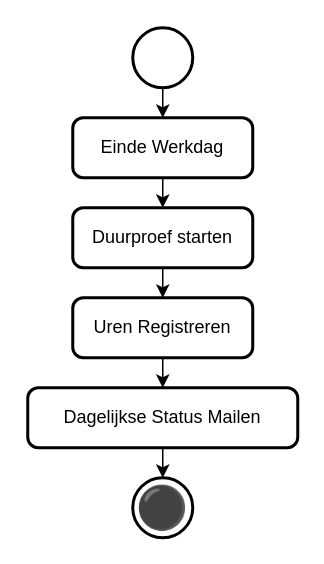
Zaibatsu89/IssueTracker keeps this draw.io diagram as Issue Tracker dagafsluiting.drawio. Above is the earlier version. Source tidied: cells renumbered, new cells numbered last; positions are measured from the earlier drawing's top-left corner, leaving out a move shared by most shapes. Both pictures are drawn from the tidied source at 150%, with x=0, y=0 at pixel (27, 27).
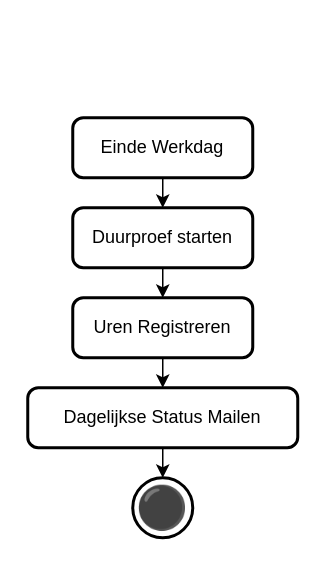
Above is the later version.

The edit, as a diff of the source:
```diff
@@
 <mxGraphModel>
   <root>
     <mxCell id="0" />
     <mxCell id="1" parent="0" />
-    <mxCell id="2" style="edgeStyle=orthogonalEdgeStyle;rounded=0;jettySize=auto;html=1;exitX=0.5;exitY=1;exitDx=0;exitDy=0;exitPerimeter=0;entryX=0.5;entryY=0;entryDx=0;entryDy=0;" parent="1" edge="1" source="3" target="5">
+    <mxCell id="2" style="edgeStyle=orthogonalEdgeStyle;rounded=0;jettySize=auto;html=1;exitX=0.5;exitY=1;exitDx=0;exitDy=0;exitPerimeter=0;entryX=0.5;entryY=0;entryDx=0;entryDy=0;" parent="1" edge="1" target="5">
       <mxGeometry relative="1" as="geometry" />
     </mxCell>
-    <mxCell id="3" style="strokeWidth=2;html=1;shape=mxgraph.flowchart.start_2;whiteSpace=wrap;" parent="1" vertex="1">
-      <mxGeometry x="70" width="40" height="40" as="geometry" />
-    </mxCell>
     <mxCell id="4" style="edgeStyle=orthogonalEdgeStyle;rounded=0;jettySize=auto;html=1;exitX=0.5;exitY=1;exitDx=0;exitDy=0;entryX=0.5;entryY=0;entryDx=0;entryDy=0;" parent="1" edge="1" source="5" target="7">
       <mxGeometry relative="1" as="geometry" />
     </mxCell>
     <mxCell id="5" value="Einde Werkdag" style="rounded=1;whiteSpace=wrap;html=1;absoluteArcSize=1;arcSize=14;strokeWidth=2;" parent="1" vertex="1">
       <mxGeometry x="30" y="60" width="120" height="40" as="geometry" />
     </mxCell>
     <mxCell id="6" style="edgeStyle=orthogonalEdgeStyle;rounded=0;jettySize=auto;html=1;exitX=0.5;exitY=1;exitDx=0;exitDy=0;entryX=0.5;entryY=0;entryDx=0;entryDy=0;" parent="1" edge="1" source="7" target="9">
       <mxGeometry relative="1" as="geometry" />
     </mxCell>
     <mxCell id="7" value="Duurproef starten" style="rounded=1;whiteSpace=wrap;html=1;absoluteArcSize=1;arcSize=14;strokeWidth=2;" parent="1" vertex="1">
       <mxGeometry x="30" y="120" width="120" height="40" as="geometry" />
     </mxCell>
     <mxCell id="8" style="edgeStyle=orthogonalEdgeStyle;rounded=0;jettySize=auto;html=1;exitX=0.5;exitY=1;exitDx=0;exitDy=0;entryX=0.5;entryY=0;entryDx=0;entryDy=0;" parent="1" edge="1" source="9" target="10">
       <mxGeometry relative="1" as="geometry" />
     </mxCell>
     <mxCell id="9" value="Uren Registreren" style="rounded=1;whiteSpace=wrap;html=1;absoluteArcSize=1;arcSize=14;strokeWidth=2;" parent="1" vertex="1">
       <mxGeometry x="30" y="180" width="120" height="40" as="geometry" />
     </mxCell>
     <mxCell id="10" value="Dagelijkse Status Mailen" style="rounded=1;whiteSpace=wrap;html=1;absoluteArcSize=1;arcSize=14;strokeWidth=2;" parent="1" vertex="1">
       <mxGeometry y="240" width="180" height="40" as="geometry" />
     </mxCell>
     <mxCell id="11" value="&lt;span&gt;⚫&lt;/span&gt;" style="strokeWidth=2;html=1;shape=mxgraph.flowchart.start_2;whiteSpace=wrap;fontSize=28;" parent="1" vertex="1">
       <mxGeometry x="70" y="300" width="40" height="40" as="geometry" />
     </mxCell>
     <mxCell id="12" style="edgeStyle=orthogonalEdgeStyle;rounded=0;jettySize=auto;html=1;exitX=0.5;exitY=1;exitDx=0;exitDy=0;entryX=0.5;entryY=0;entryDx=0;entryDy=0;entryPerimeter=0;" parent="1" edge="1" source="10" target="11">
       <mxGeometry relative="1" as="geometry" />
     </mxCell>
   </root>
 </mxGraphModel>
```
